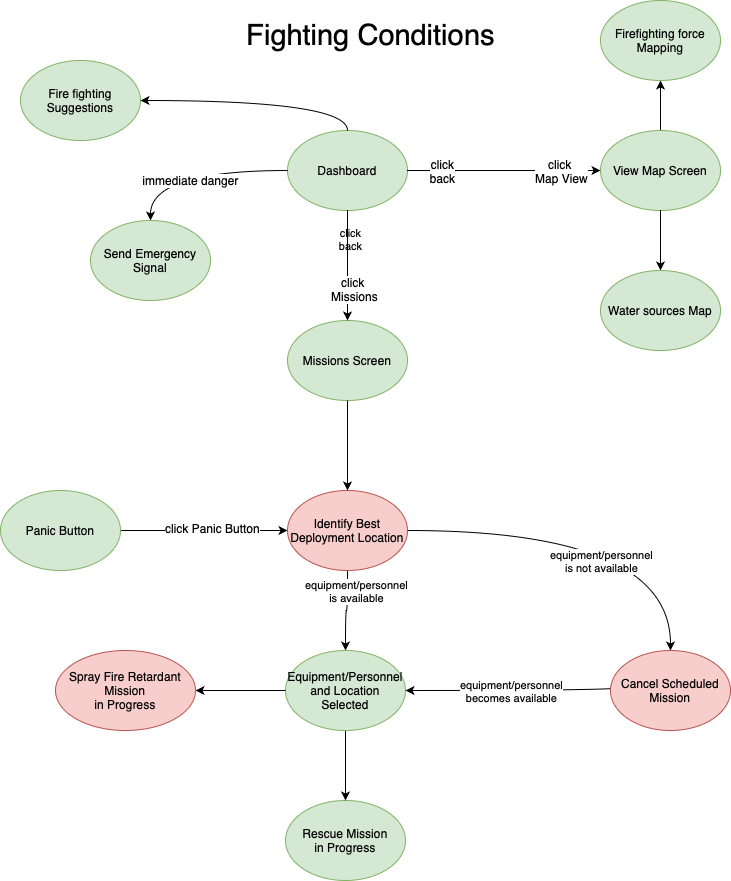
The draw.io diagram StateDiagrams/Fighting.drawio.png in Fire-Prevention/fire-prevention, before a commit. Source tidied: cells renumbered, new cells last; positions are measured from the earlier drawing's top-left corner, leaving out a move shared by most shapes.
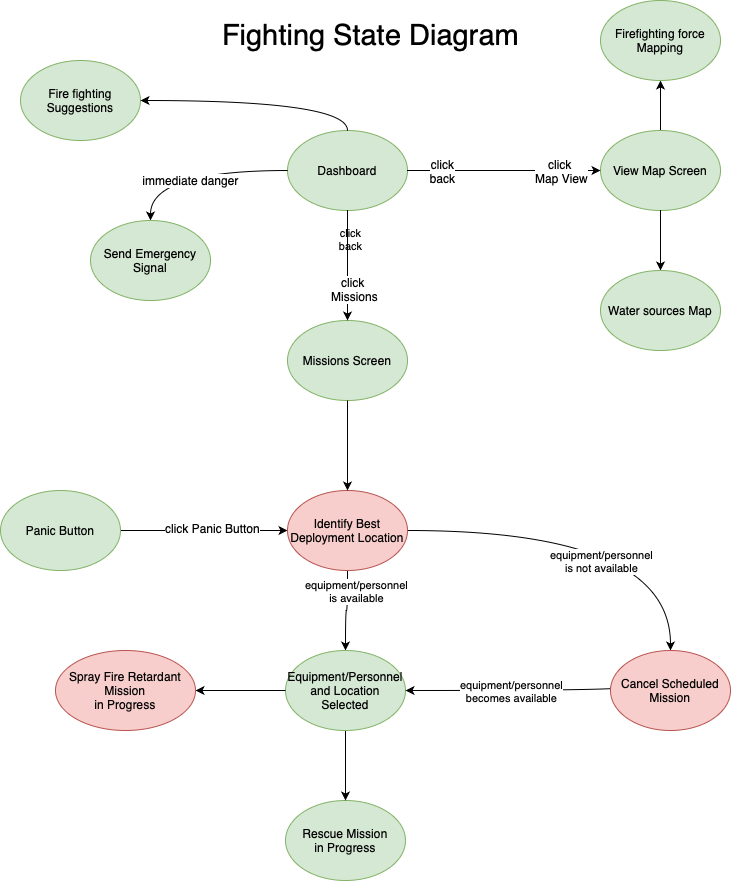
After the commit.

What changed in the source:
```diff
@@ -2,8 +2,8 @@
   <root>
     <mxCell id="0" />
     <mxCell id="1" parent="0" />
-    <mxCell id="2" value="&lt;font style=&quot;font-size: 29px;&quot;&gt;Fighting Conditions&lt;/font&gt;" style="text;html=1;align=center;verticalAlign=middle;strokeColor=none;fillColor=none;" parent="1" vertex="1">
-      <mxGeometry x="235" y="10" width="270" height="50" as="geometry" />
+    <mxCell id="2" value="&lt;font style=&quot;font-size: 29px;&quot;&gt;Fighting State Diagram&lt;/font&gt;" style="text;html=1;align=center;verticalAlign=middle;strokeColor=none;fillColor=none;" parent="1" vertex="1">
+      <mxGeometry x="210" y="10" width="320" height="50" as="geometry" />
     </mxCell>
     <mxCell id="3" style="group;" parent="1" vertex="1">
       <mxGeometry x="287" y="130" width="140" height="90" as="geometry" />
```
